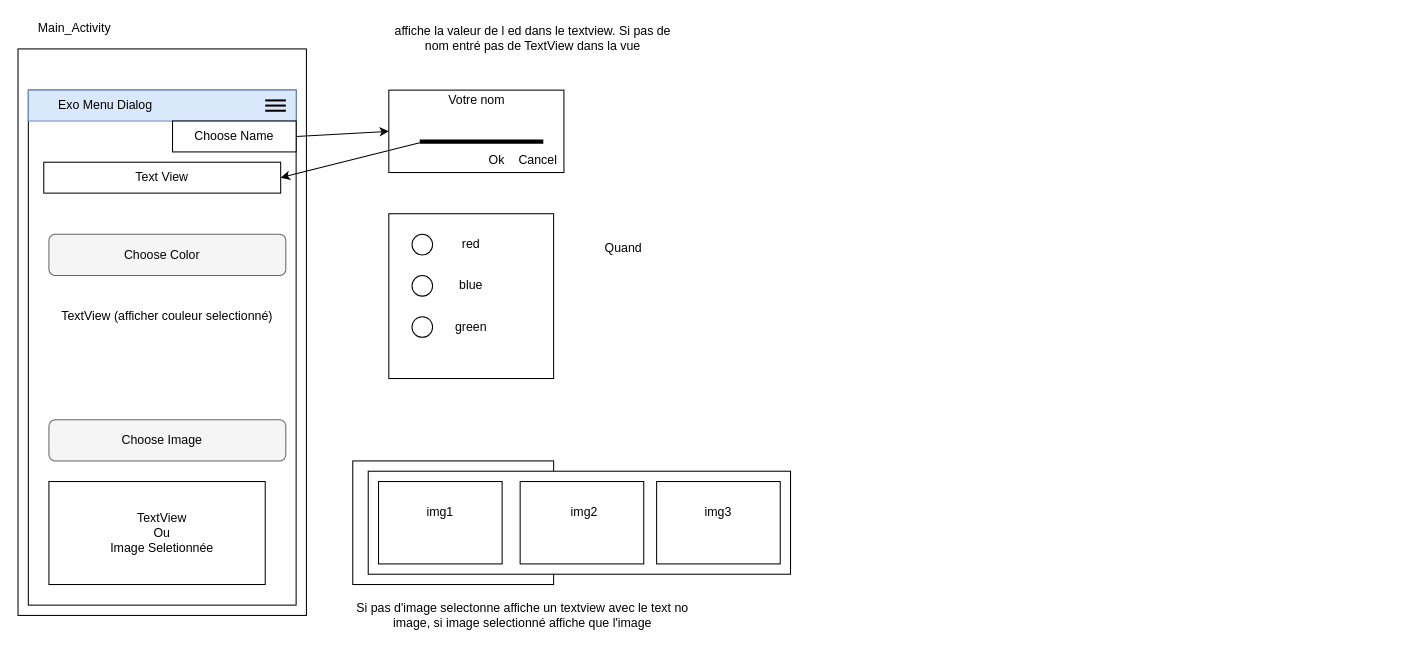
This is exo_en_classe_sujet/05-menu-alert-dialog/exo_menu_alert.drawio from arseneRuben/androidLearning, a draw.io file, before an edit. Source tidied: cells renumbered, new cells numbered last; positions are measured from the earlier drawing's top-left corner, leaving out a move shared by most shapes. Both pictures are drawn from the tidied source at 103%, with x=0, y=0 at pixel (18, 18).
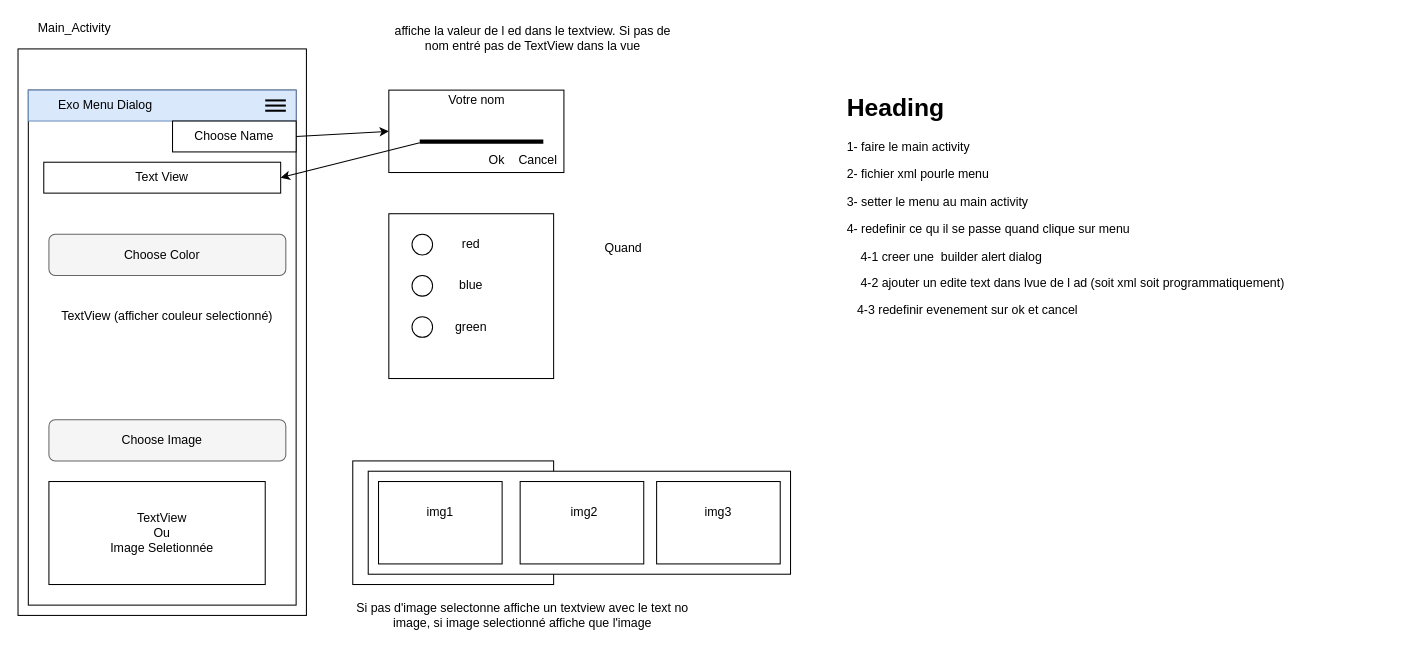
The same diagram, later.

Diff of the diagram source:
```diff
@@
+    <mxCell id="46" value="&lt;h1&gt;Heading&lt;/h1&gt;&lt;p&gt;1- faire le main activity&lt;/p&gt;&lt;p&gt;2- fichier xml pourle menu&lt;/p&gt;&lt;p&gt;3- setter le menu au main activity&lt;/p&gt;&lt;p&gt;4- redefinir ce qu il se passe quand clique sur menu&lt;/p&gt;&lt;p&gt;&amp;nbsp; &amp;nbsp; 4-1 creer une&amp;nbsp; builder alert dialog&amp;nbsp;&lt;/p&gt;&lt;p&gt;&amp;nbsp; &amp;nbsp; 4-2 ajouter un edite text dans lvue de l ad (soit xml soit programmatiquement)&lt;/p&gt;&lt;p&gt;&lt;/p&gt;&amp;nbsp; &amp;nbsp;4-3 redefinir evenement sur ok et cancel&lt;br&gt;&lt;br&gt;&lt;p&gt;&amp;nbsp;&lt;br&gt;&lt;/p&gt;&lt;p&gt;&lt;br&gt;&lt;/p&gt;" style="text;html=1;strokeColor=none;fillColor=none;spacing=5;spacingTop=-20;whiteSpace=wrap;overflow=hidden;rounded=0;" parent="1" vertex="1">
+      <mxGeometry x="800" y="68" width="550" height="480" as="geometry" />
+    </mxCell>
```
